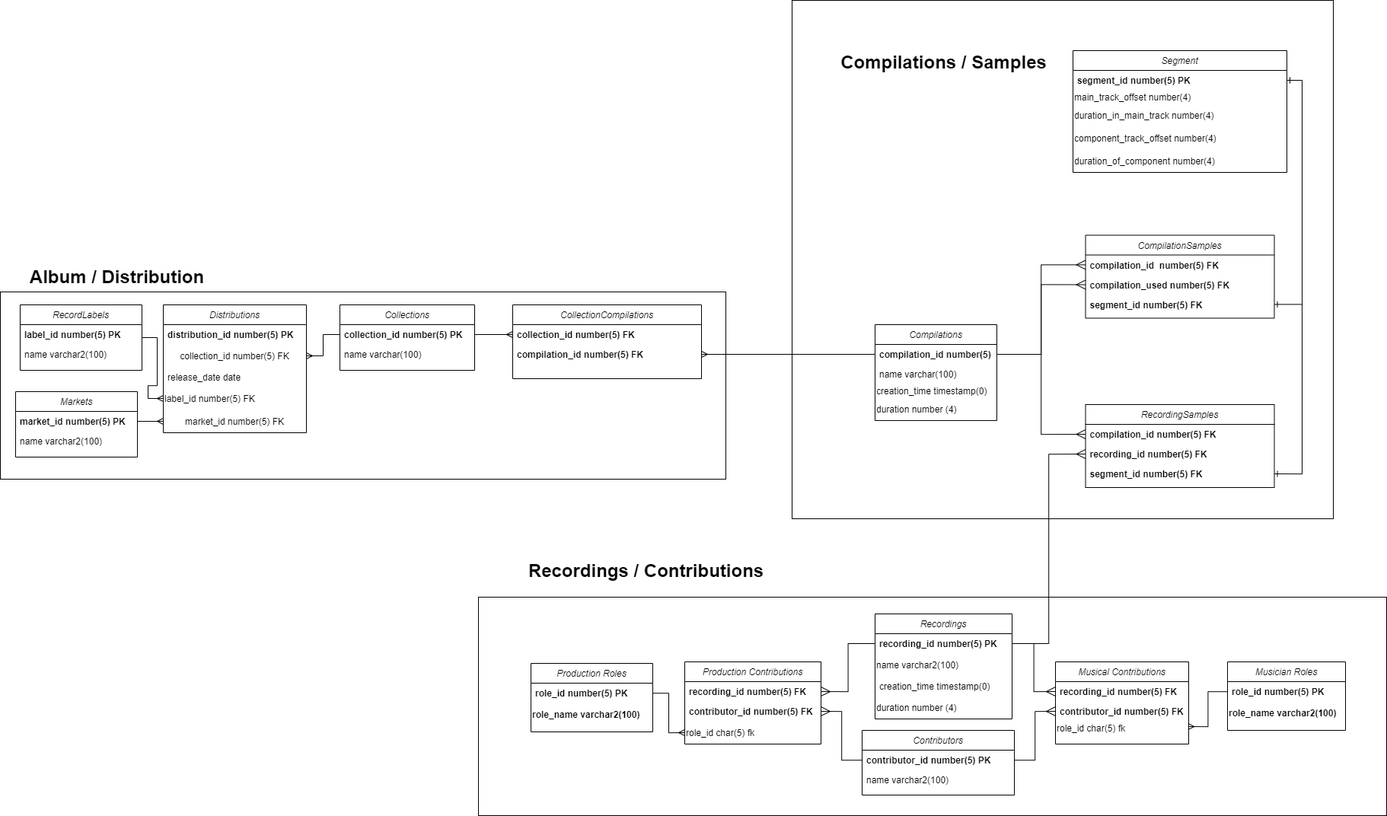
The draw.io diagram sql/SongTrackerERD.png in Marian-Hristov/song-tracker, before a commit. Source tidied: cells renumbered, new cells last; positions are measured from the earlier drawing's top-left corner, leaving out a move shared by most shapes.
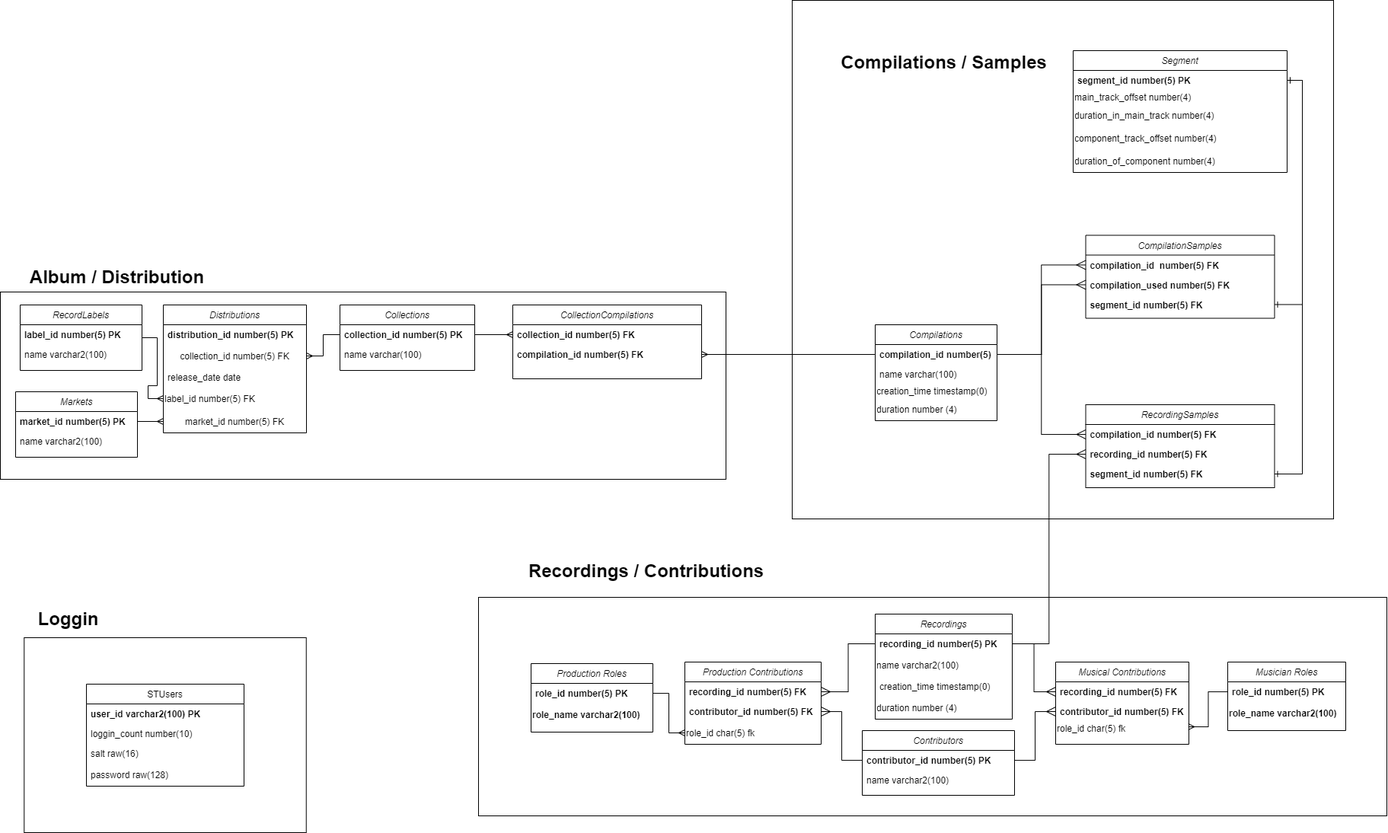
After the change.

Commit message:
added the stusers table and updated the erd

What changed in the source:
```diff
@@ -248,5 +248,26 @@
     <mxCell id="83" value="Compilations / Samples" style="text;strokeColor=none;fillColor=none;html=1;fontSize=24;fontStyle=1;verticalAlign=middle;align=center;" parent="1" vertex="1">
       <mxGeometry x="1189" y="61" width="100" height="40" as="geometry" />
     </mxCell>
+    <mxCell id="84" value="STUsers" style="swimlane;fontStyle=0;horizontal=1;startSize=26;fillColor=none;" parent="1" vertex="1">
+      <mxGeometry x="113" y="898" width="207" height="134" as="geometry" />
+    </mxCell>
+    <mxCell id="85" value="user_id varchar2(100) PK" style="text;strokeColor=none;fillColor=none;align=left;verticalAlign=top;spacingLeft=4;spacingRight=4;overflow=hidden;fontStyle=1;" parent="84" vertex="1">
+      <mxGeometry y="26" width="207" height="26" as="geometry" />
+    </mxCell>
+    <mxCell id="86" value="loggin_count number(10)" style="text;strokeColor=none;fillColor=none;align=left;verticalAlign=top;spacingLeft=4;spacingRight=4;overflow=hidden;" parent="84" vertex="1">
+      <mxGeometry y="52" width="207" height="26" as="geometry" />
+    </mxCell>
+    <mxCell id="87" value="salt raw(16)" style="text;strokeColor=none;fillColor=none;align=left;verticalAlign=top;spacingLeft=4;spacingRight=4;overflow=hidden;" parent="84" vertex="1">
+      <mxGeometry y="78" width="207" height="26" as="geometry" />
+    </mxCell>
+    <mxCell id="88" value="password raw(128)" style="text;html=1;strokeColor=none;fillColor=none;align=left;verticalAlign=middle;whiteSpace=wrap;rounded=0;spacingLeft=4;spacingRight=4;" parent="84" vertex="1">
+      <mxGeometry y="104" width="207" height="30" as="geometry" />
+    </mxCell>
+    <mxCell id="89" style="rounded=0;whiteSpace=wrap;html=1;align=left;fillColor=none;" parent="1" vertex="1">
+      <mxGeometry x="31.2" y="837" width="370.5" height="256" as="geometry" />
+    </mxCell>
+    <mxCell id="90" value="Loggin" style="text;strokeColor=none;fillColor=none;html=1;fontSize=24;fontStyle=1;verticalAlign=middle;align=center;" parent="1" vertex="1">
+      <mxGeometry x="39" y="792" width="100" height="40" as="geometry" />
+    </mxCell>
   </root>
 </mxGraphModel>
```
